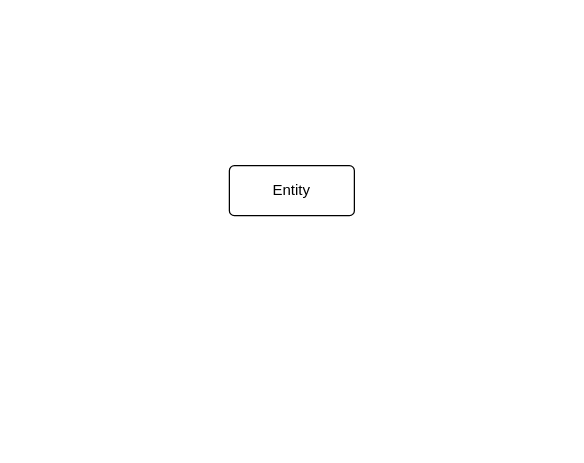
Earlier version of the draw.io diagram Diagrama.drawio (SofiaValadares/MetasConsultoria). Source tidied: cells renumbered, new cells numbered last; positions are measured from the earlier drawing's top-left corner, leaving out a move shared by most shapes. Both pictures are drawn from the tidied source at 125%, with x=0, y=0 at pixel (229, 165).
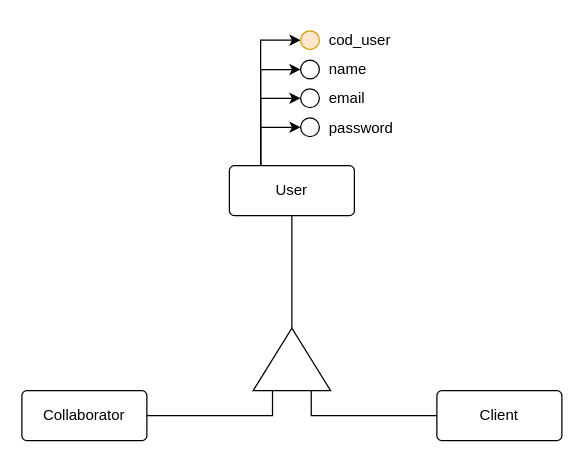
The same page after the edit.

Diff of the diagram source:
```diff
@@
+    <mxCell id="3" style="edgeStyle=orthogonalEdgeStyle;rounded=0;jettySize=auto;html=1;exitX=0.25;exitY=0;exitDx=0;exitDy=0;entryX=0;entryY=0.5;entryDx=0;entryDy=0;" parent="1" edge="1" source="2" target="9">
+      <mxGeometry relative="1" as="geometry" />
+    </mxCell>
+    <mxCell id="4" style="edgeStyle=orthogonalEdgeStyle;rounded=0;jettySize=auto;html=1;exitX=0.25;exitY=0;exitDx=0;exitDy=0;entryX=0;entryY=0.5;entryDx=0;entryDy=0;fontFamily=Helvetica;fontSize=12;fontColor=default;" parent="1" edge="1" source="2" target="12">
+      <mxGeometry relative="1" as="geometry" />
+    </mxCell>
+    <mxCell id="5" style="edgeStyle=orthogonalEdgeStyle;rounded=0;jettySize=auto;html=1;exitX=0.25;exitY=0;exitDx=0;exitDy=0;entryX=0;entryY=0.5;entryDx=0;entryDy=0;fontFamily=Helvetica;fontSize=12;fontColor=default;" parent="1" edge="1" source="2" target="15">
+      <mxGeometry relative="1" as="geometry" />
+    </mxCell>
+    <mxCell id="6" style="edgeStyle=orthogonalEdgeStyle;rounded=0;jettySize=auto;html=1;exitX=0.25;exitY=0;exitDx=0;exitDy=0;entryX=0;entryY=0.5;entryDx=0;entryDy=0;fontFamily=Helvetica;fontSize=12;fontColor=default;" parent="1" edge="1" source="2" target="18">
+      <mxGeometry relative="1" as="geometry" />
+    </mxCell>
+    <mxCell id="7" style="edgeStyle=orthogonalEdgeStyle;rounded=0;jettySize=auto;html=1;exitX=0.5;exitY=1;exitDx=0;exitDy=0;entryX=1;entryY=0.5;entryDx=0;entryDy=0;fontFamily=Helvetica;fontSize=12;fontColor=default;endArrow=none;endFill=0;" parent="1" edge="1" source="2" target="22">
+      <mxGeometry relative="1" as="geometry" />
+    </mxCell>
-    <mxCell id="2" value="Entity" style="rounded=1;arcSize=10;whiteSpace=wrap;html=1;align=center;" parent="1" vertex="1">
+    <mxCell id="2" value="User" style="rounded=1;arcSize=10;whiteSpace=wrap;html=1;align=center;" parent="1" vertex="1">
       <mxGeometry width="100" height="40" as="geometry" />
     </mxCell>
+    <mxCell id="8" style="group;" parent="1" vertex="1">
+      <mxGeometry x="57" y="-115.5" width="81" height="30.5" as="geometry" />
+    </mxCell>
+    <mxCell id="9" style="ellipse;whiteSpace=wrap;html=1;fillColor=#ffe6cc;strokeColor=#d79b00;" parent="8" vertex="1">
+      <mxGeometry y="7.6" width="15" height="15" as="geometry" />
+    </mxCell>
+    <mxCell id="10" value="cod_user" style="text;html=1;align=left;verticalAlign=middle;whiteSpace=wrap;rounded=0;" parent="8" vertex="1">
+      <mxGeometry x="21" width="60" height="30.5" as="geometry" />
+    </mxCell>
+    <mxCell id="11" style="group;" parent="1" vertex="1">
+      <mxGeometry x="57" y="-92" width="81" height="30.5" as="geometry" />
+    </mxCell>
+    <mxCell id="12" style="ellipse;whiteSpace=wrap;html=1;" parent="11" vertex="1">
+      <mxGeometry y="7.6" width="15" height="15" as="geometry" />
+    </mxCell>
+    <mxCell id="13" value="name" style="text;html=1;align=left;verticalAlign=middle;whiteSpace=wrap;rounded=0;" parent="11" vertex="1">
+      <mxGeometry x="21" width="60" height="30.5" as="geometry" />
+    </mxCell>
+    <mxCell id="14" style="group;" parent="1" vertex="1">
+      <mxGeometry x="57" y="-69" width="81" height="30.5" as="geometry" />
+    </mxCell>
+    <mxCell id="15" style="ellipse;whiteSpace=wrap;html=1;" parent="14" vertex="1">
+      <mxGeometry y="7.6" width="15" height="15" as="geometry" />
+    </mxCell>
+    <mxCell id="16" value="email" style="text;html=1;align=left;verticalAlign=middle;whiteSpace=wrap;rounded=0;" parent="14" vertex="1">
+      <mxGeometry x="21" width="60" height="30.5" as="geometry" />
+    </mxCell>
+    <mxCell id="17" style="group;" parent="1" vertex="1">
+      <mxGeometry x="57" y="-46" width="81" height="31" as="geometry" />
+    </mxCell>
+    <mxCell id="18" style="ellipse;whiteSpace=wrap;html=1;" parent="17" vertex="1">
+      <mxGeometry y="7.8" width="15" height="15" as="geometry" />
+    </mxCell>
+    <mxCell id="19" value="password" style="text;html=1;align=left;verticalAlign=middle;whiteSpace=wrap;rounded=0;" parent="17" vertex="1">
+      <mxGeometry x="21" width="60" height="31" as="geometry" />
+    </mxCell>
+    <mxCell id="20" style="edgeStyle=orthogonalEdgeStyle;rounded=0;jettySize=auto;html=1;exitX=0;exitY=0.25;exitDx=0;exitDy=0;entryX=1;entryY=0.5;entryDx=0;entryDy=0;fontFamily=Helvetica;fontSize=12;fontColor=default;endArrow=none;endFill=0;" parent="1" edge="1" source="22" target="23">
+      <mxGeometry relative="1" as="geometry" />
+    </mxCell>
+    <mxCell id="21" style="edgeStyle=orthogonalEdgeStyle;rounded=0;jettySize=auto;html=1;exitX=0;exitY=0.75;exitDx=0;exitDy=0;entryX=0;entryY=0.5;entryDx=0;entryDy=0;fontFamily=Helvetica;fontSize=12;fontColor=default;endArrow=none;endFill=0;" parent="1" edge="1" source="22" target="24">
+      <mxGeometry relative="1" as="geometry" />
+    </mxCell>
+    <mxCell id="22" style="triangle;whiteSpace=wrap;html=1;align=center;verticalAlign=top;fontFamily=Helvetica;fontSize=12;fontColor=default;fillColor=none;gradientColor=none;direction=north;" parent="1" vertex="1">
+      <mxGeometry x="19" y="130" width="62" height="50" as="geometry" />
+    </mxCell>
+    <mxCell id="23" value="Collaborator" style="rounded=1;arcSize=10;whiteSpace=wrap;html=1;align=center;" parent="1" vertex="1">
+      <mxGeometry x="-166" y="180" width="100" height="40" as="geometry" />
+    </mxCell>
+    <mxCell id="24" value="Client" style="rounded=1;arcSize=10;whiteSpace=wrap;html=1;align=center;" parent="1" vertex="1">
+      <mxGeometry x="166" y="180" width="100" height="40" as="geometry" />
+    </mxCell>
```
